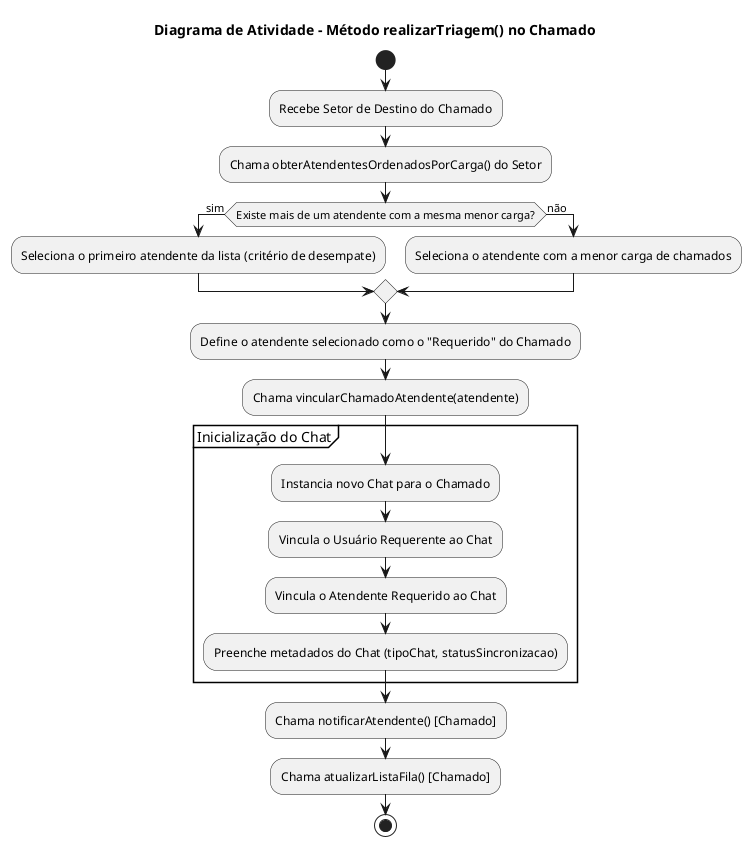
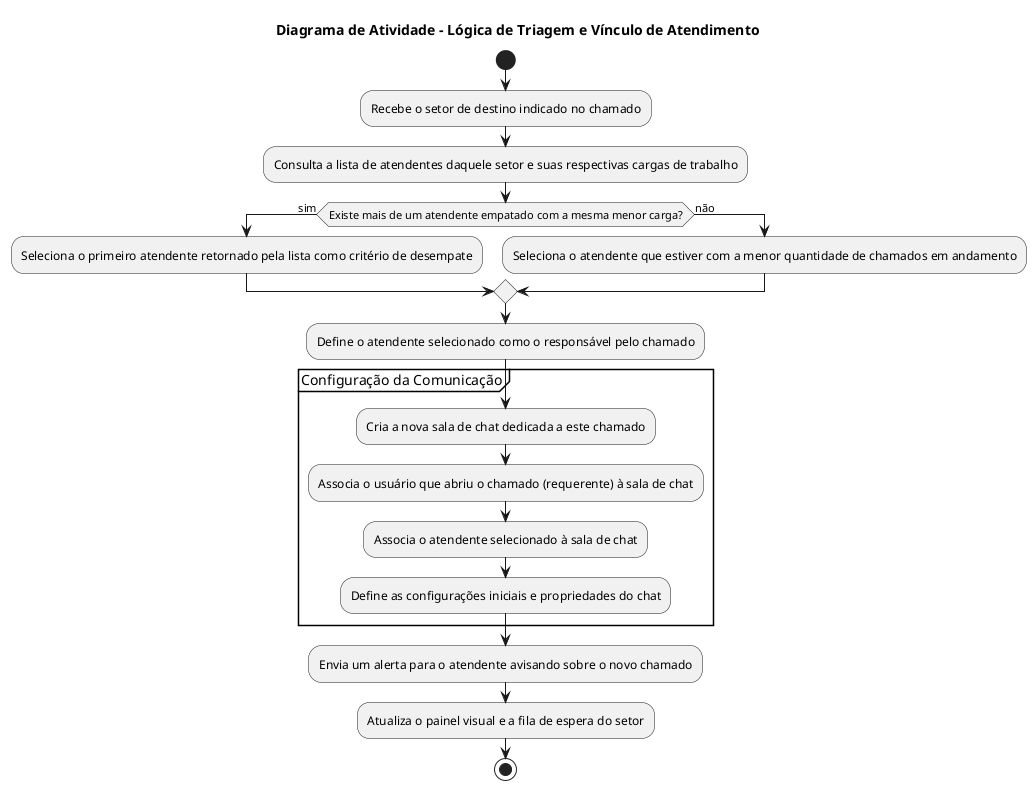
@startuml
- title Diagrama de Atividade - Método realizarTriagem() no Chamado
+ title Diagrama de Atividade - Lógica de Triagem e Vínculo de Atendimento

start

- :Recebe Setor de Destino do Chamado;
- :Chama obterAtendentesOrdenadosPorCarga() do Setor;
+ :Recebe o setor de destino indicado no chamado;
+ :Consulta a lista de atendentes daquele setor e suas respectivas cargas de trabalho;

- if (Existe mais de um atendente com a mesma menor carga?) then (sim)
-   :Seleciona o primeiro atendente da lista (critério de desempate);
+ if (Existe mais de um atendente empatado com a mesma menor carga?) then (sim)
+   :Seleciona o primeiro atendente retornado pela lista como critério de desempate;
else (não)
-   :Seleciona o atendente com a menor carga de chamados;
+   :Seleciona o atendente que estiver com a menor quantidade de chamados em andamento;
endif

- :Define o atendente selecionado como o "Requerido" do Chamado;
- :Chama vincularChamadoAtendente(atendente);
+ :Define o atendente selecionado como o responsável pelo chamado;

- partition "Inicialização do Chat" {
-   :Instancia novo Chat para o Chamado;
-   :Vincula o Usuário Requerente ao Chat;
-   :Vincula o Atendente Requerido ao Chat;
-   :Preenche metadados do Chat (tipoChat, statusSincronizacao);
+ partition "Configuração da Comunicação" {
+   :Cria a nova sala de chat dedicada a este chamado;
+   :Associa o usuário que abriu o chamado (requerente) à sala de chat;
+   :Associa o atendente selecionado à sala de chat;
+   :Define as configurações iniciais e propriedades do chat;
}

- :Chama notificarAtendente() [Chamado];
- :Chama atualizarListaFila() [Chamado];
+ :Envia um alerta para o atendente avisando sobre o novo chamado;
+ :Atualiza o painel visual e a fila de espera do setor;

stop
@enduml